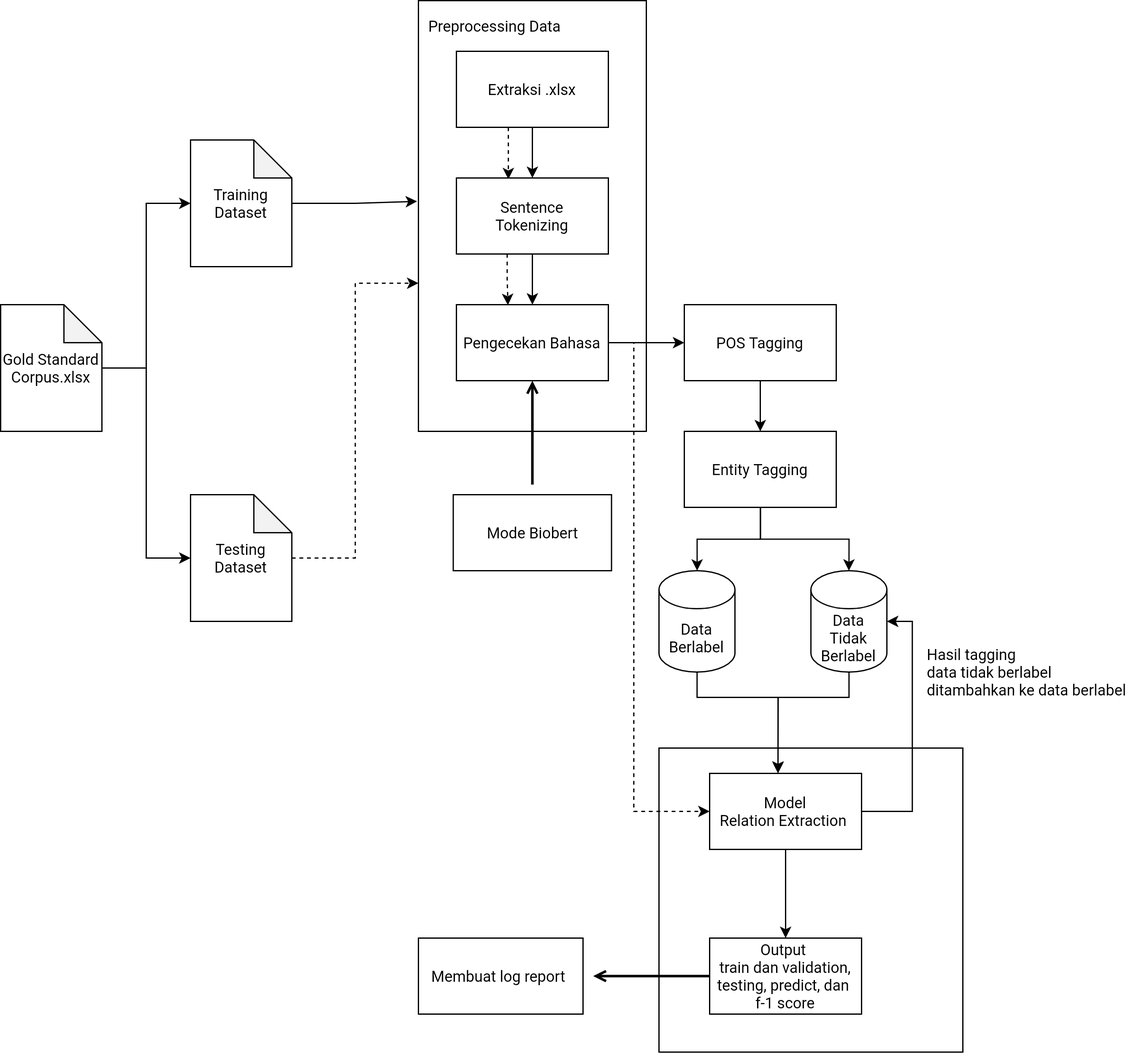
The draw.io diagram input/data/UML-RE.drawio.png in Dimas263/NLP_RE_BERT_Relation_Extraction_Biomedical, before a commit. Source tidied: cells renumbered, new cells last; positions are measured from the earlier drawing's top-left corner, leaving out a move shared by most shapes.
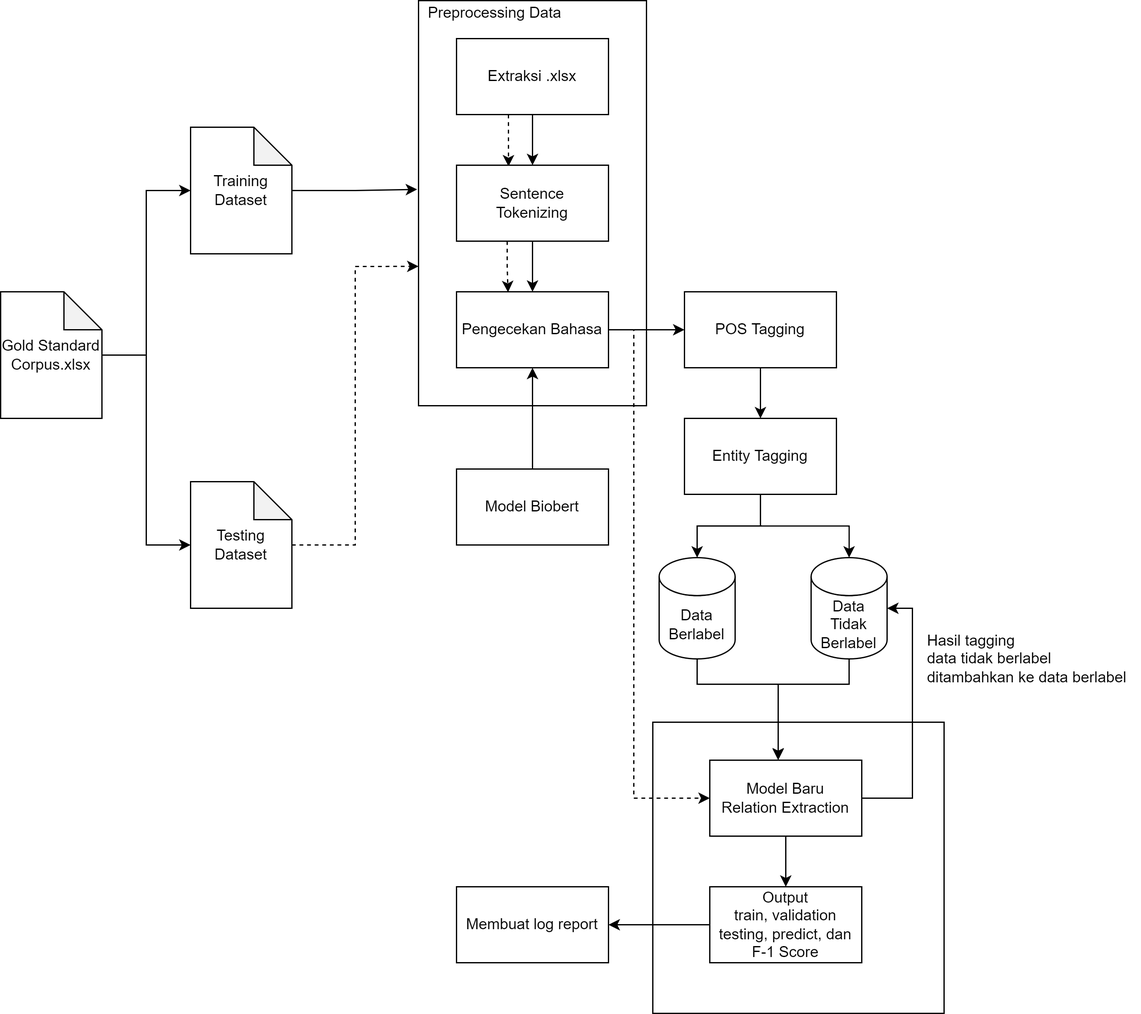
Above is the later version.

What changed in the source:
```diff
@@ -113,35 +113,35 @@
     <mxCell id="28" style="edgeStyle=orthogonalEdgeStyle;rounded=0;jettySize=auto;html=1;fontColor=default;" parent="1" edge="1" source="38" target="29">
       <mxGeometry relative="1" as="geometry" />
     </mxCell>
+    <mxCell id="38" value="Model Baru&lt;br&gt;Relation Extraction" style="rounded=0;whiteSpace=wrap;html=1;strokeWidth=1;" parent="1" vertex="1">
+      <mxGeometry x="560" y="610" width="120" height="60" as="geometry" />
+    </mxCell>
+    <mxCell id="37" style="edgeStyle=orthogonalEdgeStyle;rounded=0;jettySize=auto;html=1;" parent="1" edge="1" source="29" target="36">
+      <mxGeometry relative="1" as="geometry" />
+    </mxCell>
-    <mxCell id="29" value="Output &lt;br&gt;train dan validation, testing, predict, dan &lt;br&gt;f-1 score" style="rounded=0;whiteSpace=wrap;html=1;strokeWidth=1;" parent="1" vertex="1">
-      <mxGeometry x="560" y="740" width="120" height="60" as="geometry" />
+    <mxCell id="29" value="Output&lt;br&gt;train, validation&lt;br&gt;testing, predict, dan F-1 Score" style="rounded=0;whiteSpace=wrap;html=1;strokeWidth=1;" parent="1" vertex="1">
+      <mxGeometry x="560" y="710" width="120" height="60" as="geometry" />
     </mxCell>
     <mxCell id="30" style="rounded=0;whiteSpace=wrap;html=1;strokeWidth=1;fontColor=default;labelBorderColor=none;fillColor=none;" parent="1" vertex="1">
-      <mxGeometry x="330" width="180" height="340" as="geometry" />
+      <mxGeometry x="330" y="10" width="180" height="320" as="geometry" />
     </mxCell>
     <mxCell id="31" value="Preprocessing Data" style="text;html=1;align=center;verticalAlign=middle;strokeColor=none;fillColor=none;fontColor=default;" parent="1" vertex="1">
       <mxGeometry x="330" y="10" width="120" height="20" as="geometry" />
     </mxCell>
     <mxCell id="32" style="whiteSpace=wrap;html=1;rounded=0;labelBorderColor=none;fontColor=default;strokeWidth=1;fillColor=none;" parent="1" vertex="1">
-      <mxGeometry x="520" y="590" width="240" height="240" as="geometry" />
+      <mxGeometry x="515" y="580" width="230" height="230" as="geometry" />
     </mxCell>
     <mxCell id="33" value="Hasil tagging&lt;br&gt;data tidak berlabel &lt;br&gt;&lt;div style=&quot;&quot;&gt;&lt;span style=&quot;background-color: initial;&quot;&gt;ditambahkan ke data berlabel&lt;/span&gt;&lt;/div&gt;" style="text;html=1;align=left;verticalAlign=middle;strokeColor=none;fillColor=none;fontColor=default;" parent="1" vertex="1">
       <mxGeometry x="730" y="505" width="170" height="50" as="geometry" />
     </mxCell>
-    <mxCell id="34" style="edgeStyle=none;curved=1;rounded=0;jettySize=auto;html=1;endArrow=open;sourcePerimeterSpacing=8;targetPerimeterSpacing=8;strokeColor=default;strokeWidth=2;entryX=0.5;entryY=1;entryDx=0;entryDy=0;" parent="1" edge="1" source="35" target="17">
-      <mxGeometry relative="1" as="geometry" />
-    </mxCell>
-    <mxCell id="35" value="Mode Biobert" style="rounded=0;whiteSpace=wrap;html=1;hachureGap=4;" parent="1" vertex="1">
-      <mxGeometry x="357.5" y="390" width="125" height="60" as="geometry" />
-    </mxCell>
+    <mxCell id="39" style="edgeStyle=orthogonalEdgeStyle;rounded=0;jettySize=auto;html=1;" parent="1" edge="1" source="40" target="17">
+      <mxGeometry relative="1" as="geometry" />
+    </mxCell>
+    <mxCell id="40" value="Model Biobert" style="rounded=0;whiteSpace=wrap;html=1;strokeWidth=1;" parent="1" vertex="1">
+      <mxGeometry x="360" y="380" width="120" height="60" as="geometry" />
+    </mxCell>
-    <mxCell id="36" value="Membuat log report&amp;nbsp;" style="rounded=0;whiteSpace=wrap;html=1;hachureGap=4;" parent="1" vertex="1">
-      <mxGeometry x="330" y="740" width="130" height="60" as="geometry" />
+    <mxCell id="36" value="Membuat log report" style="rounded=0;whiteSpace=wrap;html=1;strokeWidth=1;" parent="1" vertex="1">
+      <mxGeometry x="360" y="710" width="120" height="60" as="geometry" />
     </mxCell>
-    <mxCell id="37" style="edgeStyle=none;curved=1;rounded=0;jettySize=auto;html=1;endArrow=open;sourcePerimeterSpacing=8;targetPerimeterSpacing=8;strokeColor=default;strokeWidth=2;exitX=0;exitY=0.5;exitDx=0;exitDy=0;" parent="1" edge="1" source="29" target="36">
-      <mxGeometry relative="1" as="geometry" />
-    </mxCell>
-    <mxCell id="38" value="Model&lt;br&gt;Relation Extraction&amp;nbsp;" style="rounded=0;whiteSpace=wrap;html=1;strokeWidth=1;" parent="1" vertex="1">
-      <mxGeometry x="560" y="610" width="120" height="60" as="geometry" />
-    </mxCell>
   </root>
 </mxGraphModel>
```
